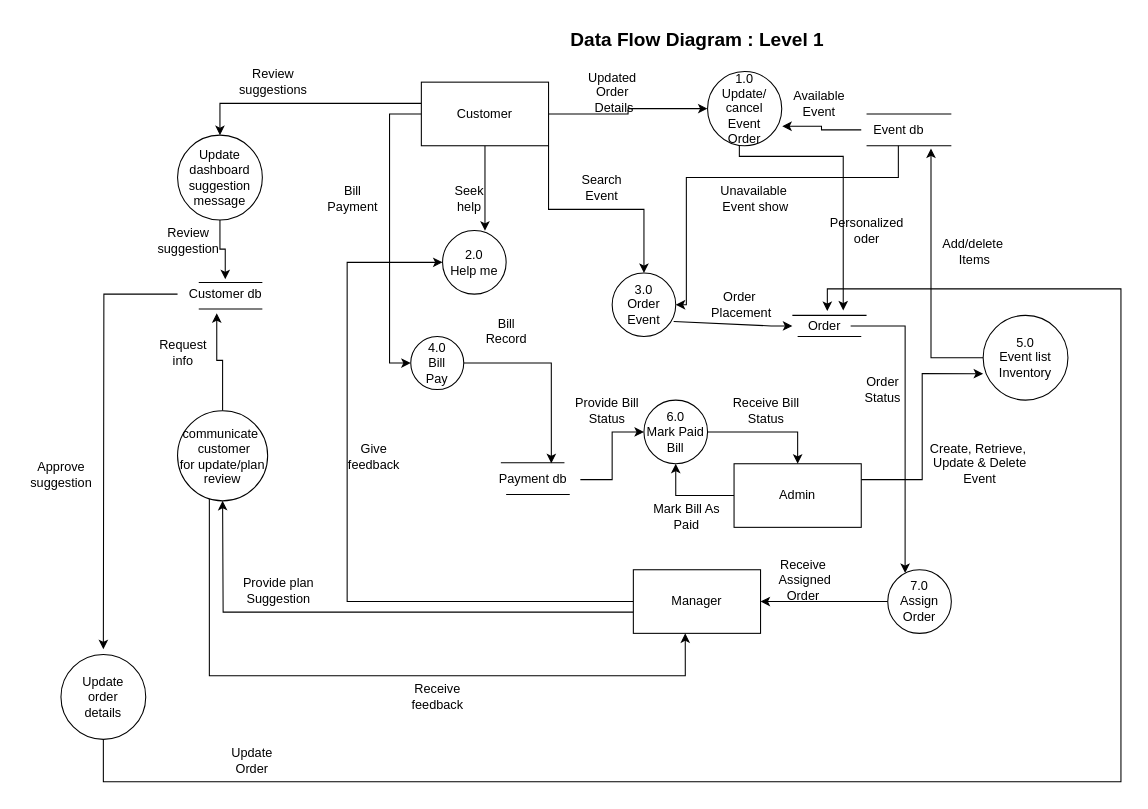
axif0/370_project keeps this draw.io diagram as page "Page-2" (2 of 2) of Untitled Diagram.drawio. Above is the earlier version. Source tidied: cells renumbered, new cells numbered last; positions are measured from the earlier drawing's top-left corner, leaving out a move shared by most shapes. Both pictures are drawn from the tidied source at 106%, with x=0, y=0 at pixel (18, 18).
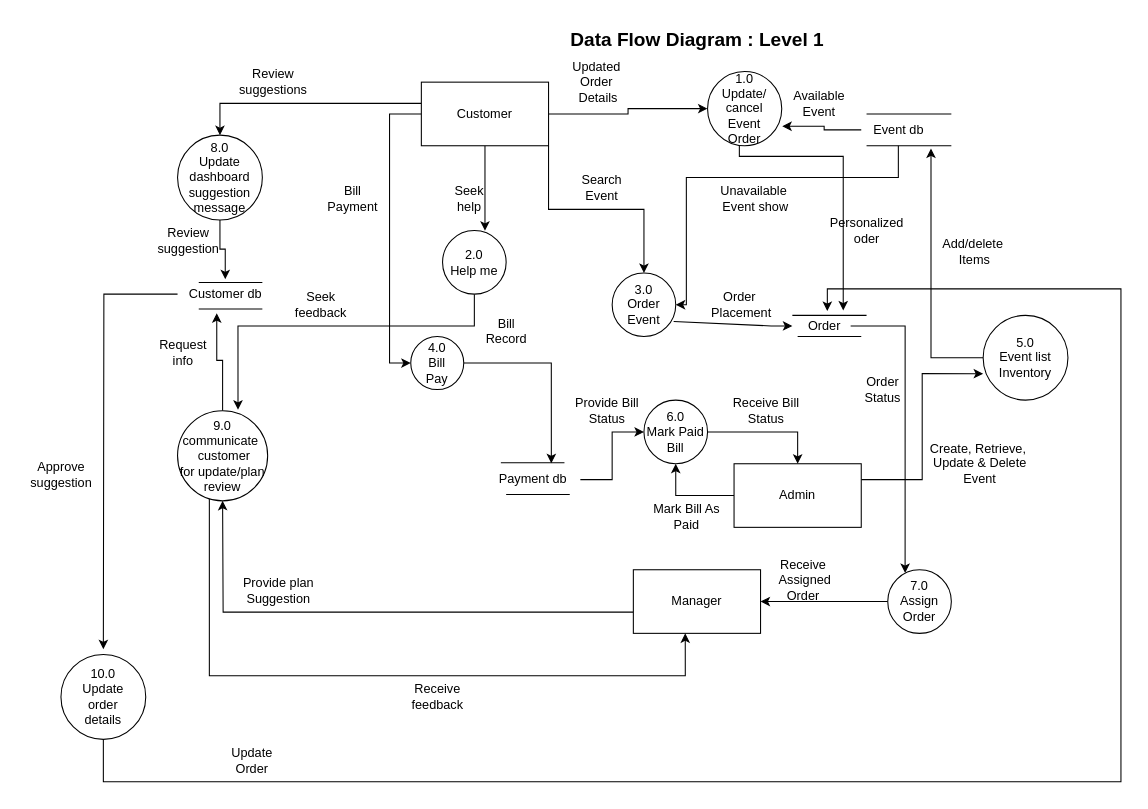
The same page after the edit.

The change refers to these unchanged cells:
```xml
<mxCell id="4" value="Manager" style="rounded=0;whiteSpace=wrap;html=1;" parent="1" vertex="1">
  <mxGeometry x="580" y="520" width="120" height="60" as="geometry" />
</mxCell>
<mxCell id="14" value="2.0&lt;br&gt;Help me" style="ellipse;whiteSpace=wrap;html=1;" parent="1" vertex="1">
  <mxGeometry x="400" y="200" width="60" height="60" as="geometry" />
</mxCell>
<mxCell id="17" value="1.0&lt;br&gt;Update/&lt;br&gt;cancel&lt;br&gt;Event&lt;br&gt;Order" style="ellipse;whiteSpace=wrap;html=1;" parent="1" vertex="1">
  <mxGeometry x="650" y="50" width="70" height="70" as="geometry" />
</mxCell>
<mxCell id="22" value="Event db" style="text;html=1;align=center;verticalAlign=middle;points=[];strokeColor=none;fillColor=none;" parent="1" vertex="1">
  <mxGeometry x="795" y="90" width="70" height="30" as="geometry" />
</mxCell>
```

Change to the diagram source:
```diff
@@
-    <mxCell id="2" style="edgeStyle=orthogonalEdgeStyle;rounded=0;jettySize=auto;html=1;entryX=0;entryY=0.5;entryDx=0;entryDy=0;" parent="1" edge="1" source="4" target="14">
-      <mxGeometry relative="1" as="geometry">
-        <Array as="points">
-          <mxPoint x="310" y="550" />
-          <mxPoint x="310" y="230" />
-        </Array>
-      </mxGeometry>
-    </mxCell>
@@
+    <mxCell id="76" style="edgeStyle=orthogonalEdgeStyle;rounded=0;jettySize=auto;html=1;exitX=0.5;exitY=1;exitDx=0;exitDy=0;entryX=0.671;entryY=-0.012;entryDx=0;entryDy=0;entryPerimeter=0;" parent="1" edge="1" source="14" target="60">
+      <mxGeometry relative="1" as="geometry">
+        <Array as="points">
+          <mxPoint x="430" y="290" />
+          <mxPoint x="207" y="290" />
+        </Array>
+      </mxGeometry>
+    </mxCell>
@@
     <mxCell id="20" style="edgeStyle=orthogonalEdgeStyle;rounded=0;jettySize=auto;html=1;entryX=1.007;entryY=0.737;entryDx=0;entryDy=0;entryPerimeter=0;" parent="1" edge="1" source="22" target="17">
-      <mxGeometry relative="1" as="geometry" />
+      <mxGeometry relative="1" as="geometry">
+        <Array as="points">
+          <mxPoint x="760" y="105" />
+          <mxPoint x="760" y="102" />
+        </Array>
+      </mxGeometry>
     </mxCell>
@@
-    <mxCell id="52" value="Give &lt;br&gt;feedback" style="text;html=1;align=center;verticalAlign=middle;strokeColor=none;fillColor=none;" parent="1" vertex="1">
-      <mxGeometry x="300" y="392.5" width="70" height="40" as="geometry" />
+    <mxCell id="52" value="Seek&lt;br&gt;feedback" style="text;html=1;align=center;verticalAlign=middle;strokeColor=none;fillColor=none;" parent="1" vertex="1">
+      <mxGeometry x="250" y="250" width="70" height="40" as="geometry" />
     </mxCell>
@@
     <mxCell id="56" value="Updated &lt;br/&gt;Order &lt;br&gt;&amp;nbsp;Details" style="text;html=1;align=center;verticalAlign=middle;strokeColor=none;fillColor=none;" parent="1" vertex="1">
-      <mxGeometry x="525" y="40" width="70" height="60" as="geometry" />
+      <mxGeometry x="510" y="30" width="70" height="60" as="geometry" />
     </mxCell>
@@
-    <mxCell id="60" value="communicate&amp;nbsp; &amp;nbsp;customer&lt;br&gt;for update/plan&lt;br&gt;review" style="ellipse;whiteSpace=wrap;html=1;" parent="1" vertex="1">
+    <mxCell id="60" value="9.0&lt;br&gt;communicate&amp;nbsp; &amp;nbsp;customer&lt;br&gt;for update/plan&lt;br&gt;review" style="ellipse;whiteSpace=wrap;html=1;" parent="1" vertex="1">
       <mxGeometry x="150" y="370" width="85" height="85" as="geometry" />
     </mxCell>
@@
-    <mxCell id="64" value="Update dashboard&lt;br&gt;suggestion&lt;br&gt;message" style="ellipse;whiteSpace=wrap;html=1;" parent="1" vertex="1">
+    <mxCell id="64" value="8.0&lt;br&gt;Update dashboard&lt;br&gt;suggestion&lt;br&gt;message" style="ellipse;whiteSpace=wrap;html=1;" parent="1" vertex="1">
       <mxGeometry x="150" y="110" width="80" height="80" as="geometry" />
     </mxCell>
@@
-    <mxCell id="73" value="Update&lt;br&gt;order&lt;br&gt;details" style="ellipse;whiteSpace=wrap;html=1;" parent="1" vertex="1">
+    <mxCell id="73" value="10.0&lt;br&gt;Update&lt;br&gt;order&lt;br&gt;details" style="ellipse;whiteSpace=wrap;html=1;" parent="1" vertex="1">
       <mxGeometry x="40" y="600" width="80" height="80" as="geometry" />
     </mxCell>
```
